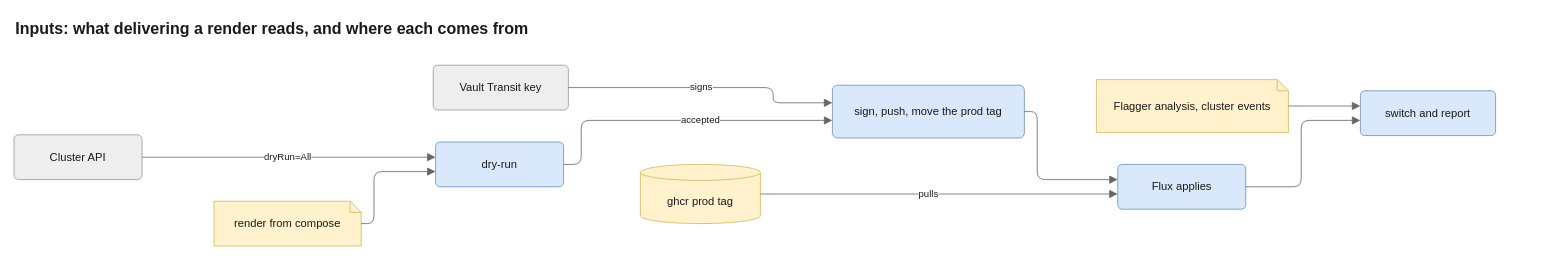
Earlier version of the draw.io diagram docs/diagrams/src/inputs-deliver.drawio (JorisJonkers-dev/estate-kit). Source tidied: cells renumbered, new cells numbered last; positions are measured from the earlier drawing's top-left corner, leaving out a move shared by most shapes. Both pictures are drawn from the tidied source at 80%, with x=0, y=0 at pixel (14, 14).
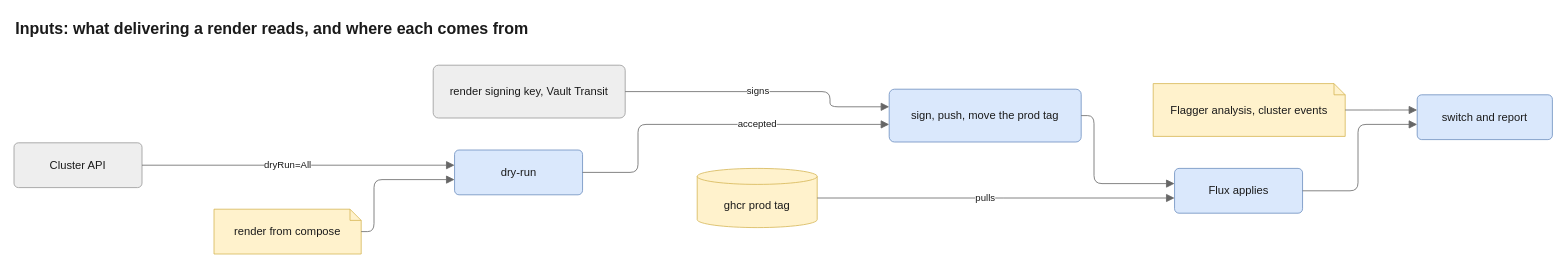
The same page after the edit.

What changed in the source:
```diff
@@
     <mxCell id="2" value="render from compose" style="shape=note;size=14;html=1;whiteSpace=wrap;fontSize=14;fontColor=light-dark(#1a1a1a,#e8e8e8);fillColor=light-dark(#fff2cc,#3a3220);strokeColor=light-dark(#d6b656,#c9a74a);fontFamily=Helvetica;" parent="1" vertex="1">
-      <mxGeometry x="250" y="234" width="184" height="56" as="geometry" />
+      <mxGeometry x="250" y="244" width="184" height="56" as="geometry" />
     </mxCell>
     <mxCell id="3" value="Cluster API" style="rounded=1;arcSize=10;html=1;whiteSpace=wrap;fontSize=14;fontColor=light-dark(#1a1a1a,#e8e8e8);fillColor=light-dark(#eeeeee,#303030);strokeColor=light-dark(#999999,#8a8a8a);fontFamily=Helvetica;" parent="1" vertex="1">
-      <mxGeometry y="151" width="160" height="56" as="geometry" />
+      <mxGeometry y="161" width="160" height="56" as="geometry" />
     </mxCell>
-    <mxCell id="4" value="Vault Transit key" style="rounded=1;arcSize=10;html=1;whiteSpace=wrap;fontSize=14;fontColor=light-dark(#1a1a1a,#e8e8e8);fillColor=light-dark(#eeeeee,#303030);strokeColor=light-dark(#999999,#8a8a8a);fontFamily=Helvetica;" parent="1" vertex="1">
-      <mxGeometry x="524" y="64" width="169" height="56" as="geometry" />
+    <mxCell id="4" value="render signing key, Vault Transit" style="rounded=1;arcSize=10;html=1;whiteSpace=wrap;fontSize=14;fontColor=light-dark(#1a1a1a,#e8e8e8);fillColor=light-dark(#eeeeee,#303030);strokeColor=light-dark(#999999,#8a8a8a);fontFamily=Helvetica;" parent="1" vertex="1">
+      <mxGeometry x="524" y="64" width="240" height="66" as="geometry" />
     </mxCell>
     <mxCell id="5" value="ghcr prod tag" style="shape=cylinder3;size=10;boundedLbl=1;backgroundOutline=1;html=1;whiteSpace=wrap;fontSize=14;fontColor=light-dark(#1a1a1a,#e8e8e8);fillColor=light-dark(#fff2cc,#3a3220);strokeColor=light-dark(#d6b656,#c9a74a);fontFamily=Helvetica;" parent="1" vertex="1">
-      <mxGeometry x="783" y="188" width="150" height="74" as="geometry" />
+      <mxGeometry x="854" y="193" width="150" height="74" as="geometry" />
     </mxCell>
     <mxCell id="6" value="Flagger analysis, cluster events" style="shape=note;size=14;html=1;whiteSpace=wrap;fontSize=14;fontColor=light-dark(#1a1a1a,#e8e8e8);fillColor=light-dark(#fff2cc,#3a3220);strokeColor=light-dark(#d6b656,#c9a74a);fontFamily=Helvetica;" parent="1" vertex="1">
-      <mxGeometry x="1353" y="82" width="240" height="66" as="geometry" />
+      <mxGeometry x="1424" y="87" width="240" height="66" as="geometry" />
     </mxCell>
     <mxCell id="7" value="dry-run" style="rounded=1;arcSize=10;html=1;whiteSpace=wrap;fontSize=14;fontColor=light-dark(#1a1a1a,#e8e8e8);fillColor=light-dark(#dae8fc,#1f3a5f);strokeColor=light-dark(#6c8ebf,#7aa7e0);fontFamily=Helvetica;" parent="1" vertex="1">
-      <mxGeometry x="527" y="160" width="160" height="56" as="geometry" />
+      <mxGeometry x="550.7" y="170" width="160" height="56" as="geometry" />
     </mxCell>
     <mxCell id="8" value="sign, push, move the prod tag" style="rounded=1;arcSize=10;html=1;whiteSpace=wrap;fontSize=14;fontColor=light-dark(#1a1a1a,#e8e8e8);fillColor=light-dark(#dae8fc,#1f3a5f);strokeColor=light-dark(#6c8ebf,#7aa7e0);fontFamily=Helvetica;" parent="1" vertex="1">
-      <mxGeometry x="1023" y="89" width="240" height="66" as="geometry" />
+      <mxGeometry x="1094" y="94" width="240" height="66" as="geometry" />
     </mxCell>
     <mxCell id="9" value="Flux applies" style="rounded=1;arcSize=10;html=1;whiteSpace=wrap;fontSize=14;fontColor=light-dark(#1a1a1a,#e8e8e8);fillColor=light-dark(#dae8fc,#1f3a5f);strokeColor=light-dark(#6c8ebf,#7aa7e0);fontFamily=Helvetica;" parent="1" vertex="1">
-      <mxGeometry x="1379.7" y="188" width="160" height="56" as="geometry" />
+      <mxGeometry x="1450.7" y="193" width="160" height="56" as="geometry" />
     </mxCell>
     <mxCell id="10" value="switch and report" style="rounded=1;arcSize=10;html=1;whiteSpace=wrap;fontSize=14;fontColor=light-dark(#1a1a1a,#e8e8e8);fillColor=light-dark(#dae8fc,#1f3a5f);strokeColor=light-dark(#6c8ebf,#7aa7e0);fontFamily=Helvetica;" parent="1" vertex="1">
-      <mxGeometry x="1683" y="96" width="169" height="56" as="geometry" />
+      <mxGeometry x="1754" y="101" width="169" height="56" as="geometry" />
     </mxCell>
     <mxCell id="11" style="html=1;rounded=1;fontSize=14;fontSize=12;fontColor=light-dark(#1a1a1a,#e8e8e8);strokeColor=light-dark(#666666,#a8a8a8);endArrow=block;endFill=1;endSize=8;curved=0;exitX=1;exitY=0.5;entryX=0;entryY=0.6607;edgeStyle=orthogonalEdgeStyle;fontFamily=Helvetica;labelBackgroundColor=light-dark(#ffffff,#1e1e1e);" parent="1" edge="1" source="2" target="7">
       <mxGeometry relative="1" as="geometry">
         <Array as="points">
-          <mxPoint x="450" y="262" />
-          <mxPoint x="450" y="197" />
+          <mxPoint x="450" y="272" />
+          <mxPoint x="450" y="207" />
         </Array>
       </mxGeometry>
     </mxCell>
     <mxCell id="12" value="dryRun=All" style="html=1;rounded=1;fontSize=14;fontSize=12;fontColor=light-dark(#1a1a1a,#e8e8e8);strokeColor=light-dark(#666666,#a8a8a8);endArrow=block;endFill=1;endSize=8;curved=0;exitX=1;exitY=0.5;entryX=0;entryY=0.3393;edgeStyle=orthogonalEdgeStyle;fontFamily=Helvetica;labelBackgroundColor=light-dark(#ffffff,#1e1e1e);" parent="1" edge="1" source="3" target="7">
       <mxGeometry relative="1" as="geometry">
         <Array as="points">
-          <mxPoint x="343.5" y="179" />
+          <mxPoint x="355.3" y="189" />
         </Array>
-        <mxPoint x="-1.5" as="offset" />
+        <mxPoint x="-13.3" as="offset" />
       </mxGeometry>
     </mxCell>
     <mxCell id="13" value="accepted" style="html=1;rounded=1;fontSize=14;fontSize=12;fontColor=light-dark(#1a1a1a,#e8e8e8);strokeColor=light-dark(#666666,#a8a8a8);endArrow=block;endFill=1;endSize=8;curved=0;exitX=1;exitY=0.5;entryX=0;entryY=0.6667;edgeStyle=orthogonalEdgeStyle;fontFamily=Helvetica;labelBackgroundColor=light-dark(#ffffff,#1e1e1e);" parent="1" edge="1" source="7" target="8">
       <mxGeometry relative="1" as="geometry">
         <Array as="points">
-          <mxPoint x="709" y="188" />
-          <mxPoint x="709" y="133" />
+          <mxPoint x="780" y="198" />
+          <mxPoint x="780" y="138" />
         </Array>
-        <mxPoint x="30.5" as="offset" />
+        <mxPoint x="56.7" as="offset" />
       </mxGeometry>
     </mxCell>
     <mxCell id="14" value="signs" style="html=1;rounded=1;fontSize=14;fontSize=12;fontColor=light-dark(#1a1a1a,#e8e8e8);strokeColor=light-dark(#666666,#a8a8a8);endArrow=block;endFill=1;endSize=8;curved=0;exitX=1;exitY=0.5;entryX=0;entryY=0.3333;edgeStyle=orthogonalEdgeStyle;fontFamily=Helvetica;labelBackgroundColor=light-dark(#ffffff,#1e1e1e);" parent="1" edge="1" source="4" target="8">
       <mxGeometry relative="1" as="geometry">
         <Array as="points">
-          <mxPoint x="949" y="92" />
-          <mxPoint x="949" y="111" />
+          <mxPoint x="1020" y="97" />
+          <mxPoint x="1020" y="116" />
         </Array>
         <mxPoint x="-9.5" as="offset" />
       </mxGeometry>
     </mxCell>
     <mxCell id="15" style="html=1;rounded=1;fontSize=14;fontSize=12;fontColor=light-dark(#1a1a1a,#e8e8e8);strokeColor=light-dark(#666666,#a8a8a8);endArrow=block;endFill=1;endSize=8;curved=0;exitX=1;exitY=0.5;entryX=0;entryY=0.3393;edgeStyle=orthogonalEdgeStyle;fontFamily=Helvetica;labelBackgroundColor=light-dark(#ffffff,#1e1e1e);" parent="1" edge="1" source="8" target="9">
       <mxGeometry relative="1" as="geometry">
         <Array as="points">
-          <mxPoint x="1279" y="122" />
-          <mxPoint x="1279" y="207" />
+          <mxPoint x="1350" y="127" />
+          <mxPoint x="1350" y="212" />
         </Array>
       </mxGeometry>
     </mxCell>
     <mxCell id="16" value="pulls" style="html=1;rounded=1;fontSize=14;fontSize=12;fontColor=light-dark(#1a1a1a,#e8e8e8);strokeColor=light-dark(#666666,#a8a8a8);endArrow=block;endFill=1;endSize=8;curved=0;exitX=1;exitY=0.5;entryX=0;entryY=0.6607;edgeStyle=orthogonalEdgeStyle;fontFamily=Helvetica;labelBackgroundColor=light-dark(#ffffff,#1e1e1e);" parent="1" edge="1" source="5" target="9">
       <mxGeometry relative="1" as="geometry">
         <Array as="points">
-          <mxPoint x="1156.3" y="225" />
+          <mxPoint x="1227.3" y="230" />
         </Array>
         <mxPoint x="-13.3" as="offset" />
       </mxGeometry>
     </mxCell>
     <mxCell id="17" style="html=1;rounded=1;fontSize=14;fontSize=12;fontColor=light-dark(#1a1a1a,#e8e8e8);strokeColor=light-dark(#666666,#a8a8a8);endArrow=block;endFill=1;endSize=8;curved=0;exitX=1;exitY=0.5;entryX=0;entryY=0.6607;edgeStyle=orthogonalEdgeStyle;fontFamily=Helvetica;labelBackgroundColor=light-dark(#ffffff,#1e1e1e);" parent="1" edge="1" source="9" target="10">
       <mxGeometry relative="1" as="geometry">
         <Array as="points">
-          <mxPoint x="1609" y="216" />
-          <mxPoint x="1609" y="133" />
+          <mxPoint x="1680" y="221" />
+          <mxPoint x="1680" y="138" />
         </Array>
       </mxGeometry>
     </mxCell>
     <mxCell id="18" style="html=1;rounded=1;fontSize=14;fontSize=12;fontColor=light-dark(#1a1a1a,#e8e8e8);strokeColor=light-dark(#666666,#a8a8a8);endArrow=block;endFill=1;endSize=8;curved=0;exitX=1;exitY=0.5;entryX=0;entryY=0.3393;edgeStyle=orthogonalEdgeStyle;fontFamily=Helvetica;labelBackgroundColor=light-dark(#ffffff,#1e1e1e);" parent="1" edge="1" source="6" target="10">
       <mxGeometry relative="1" as="geometry">
         <Array as="points">
-          <mxPoint x="1638" y="115" />
+          <mxPoint x="1709" y="120" />
         </Array>
       </mxGeometry>
     </mxCell>
     <mxCell id="19" value="Inputs: what delivering a render reads, and where each comes from" style="text;html=1;whiteSpace=wrap;align=left;verticalAlign=middle;fontSize=20;fontStyle=1;fontColor=light-dark(#1a1a1a,#e8e8e8);fontFamily=Helvetica;" parent="1" vertex="1">
-      <mxGeometry width="1852" height="36" as="geometry" />
+      <mxGeometry width="1923" height="36" as="geometry" />
     </mxCell>
```
